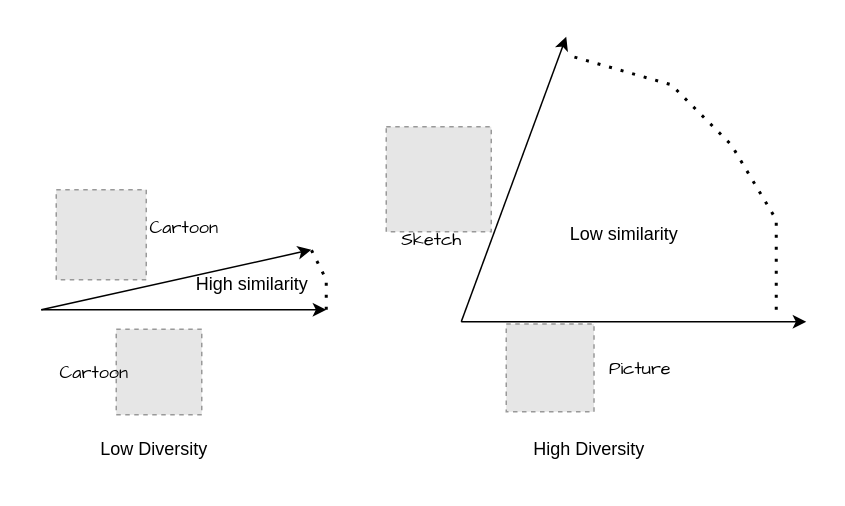
Above: domaingen.drawio in lakpa-tamang9/domaingen (draw.io), before the change. Source tidied: cells renumbered, new cells numbered last; positions are measured from the earlier drawing's top-left corner, leaving out a move shared by most shapes. Both pictures are drawn from the tidied source at 150%, with x=0, y=0 at pixel (40, 36). Pictures stored in the file or linked from it are replaced by grey dashed boxes.
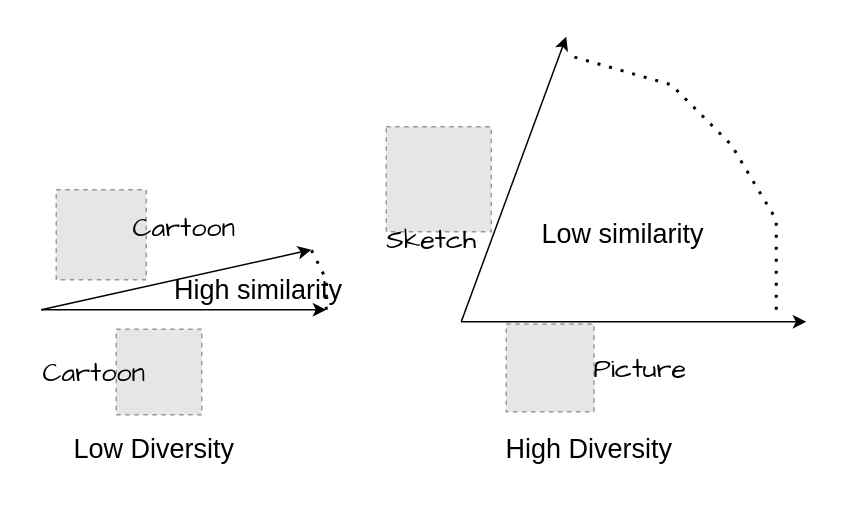
After the change.

Diff of the diagram source:
```diff
@@
-    <mxCell id="2" style="fillColor=#E6E6E6;strokeColor=#999999;dashed=1;verticalLabelPosition=bottom;labelBackgroundColor=default;verticalAlign=top;" parent="1" vertex="1">
+    <mxCell id="2" style="fillColor=#E6E6E6;strokeColor=#999999;dashed=1;verticalLabelPosition=bottom;labelBackgroundColor=default;verticalAlign=top;fontSize=18;" parent="1" vertex="1">
       <mxGeometry x="310" y="191.5" width="58.5" height="58.5" as="geometry" />
     </mxCell>
-    <mxCell id="3" style="fillColor=#E6E6E6;strokeColor=#999999;dashed=1;verticalLabelPosition=bottom;labelBackgroundColor=default;verticalAlign=top;" parent="1" vertex="1">
+    <mxCell id="3" style="fillColor=#E6E6E6;strokeColor=#999999;dashed=1;verticalLabelPosition=bottom;labelBackgroundColor=default;verticalAlign=top;fontSize=18;" parent="1" vertex="1">
       <mxGeometry x="230" y="60" width="70" height="70" as="geometry" />
     </mxCell>
-    <mxCell id="4" style="endArrow=classic;html=1;rounded=0;" parent="1" edge="1">
+    <mxCell id="4" style="endArrow=classic;html=1;rounded=0;fontSize=18;" parent="1" edge="1">
       <mxGeometry relative="1" as="geometry">
         <mxPoint x="280" y="190" as="sourcePoint" />
         <mxPoint x="350" as="targetPoint" />
       </mxGeometry>
     </mxCell>
-    <mxCell id="5" style="endArrow=classic;html=1;rounded=0;" parent="1" edge="1">
+    <mxCell id="5" style="endArrow=classic;html=1;rounded=0;fontSize=18;" parent="1" edge="1">
       <mxGeometry relative="1" as="geometry">
         <mxPoint x="280" y="190" as="sourcePoint" />
         <mxPoint x="510" y="190" as="targetPoint" />
       </mxGeometry>
     </mxCell>
-    <mxCell id="6" style="fillColor=#E6E6E6;strokeColor=#999999;dashed=1;verticalLabelPosition=bottom;labelBackgroundColor=default;verticalAlign=top;" parent="1" vertex="1">
+    <mxCell id="6" style="fillColor=#E6E6E6;strokeColor=#999999;dashed=1;verticalLabelPosition=bottom;labelBackgroundColor=default;verticalAlign=top;fontSize=18;" parent="1" vertex="1">
       <mxGeometry x="10" y="102" width="60" height="60" as="geometry" />
     </mxCell>
-    <mxCell id="7" style="fillColor=#E6E6E6;strokeColor=#999999;dashed=1;verticalLabelPosition=bottom;labelBackgroundColor=default;verticalAlign=top;" parent="1" vertex="1">
+    <mxCell id="7" style="fillColor=#E6E6E6;strokeColor=#999999;dashed=1;verticalLabelPosition=bottom;labelBackgroundColor=default;verticalAlign=top;fontSize=18;" parent="1" vertex="1">
       <mxGeometry x="50" y="195" width="57" height="57" as="geometry" />
     </mxCell>
-    <mxCell id="8" style="endArrow=classic;html=1;rounded=0;" parent="1" edge="1">
+    <mxCell id="8" style="endArrow=classic;html=1;rounded=0;fontSize=18;" parent="1" edge="1">
       <mxGeometry relative="1" as="geometry">
         <mxPoint y="182" as="sourcePoint" />
         <mxPoint x="180" y="142" as="targetPoint" />
       </mxGeometry>
     </mxCell>
-    <mxCell id="9" style="endArrow=classic;html=1;rounded=0;" parent="1" edge="1">
+    <mxCell id="9" style="endArrow=classic;html=1;rounded=0;fontSize=18;" parent="1" edge="1">
       <mxGeometry relative="1" as="geometry">
         <mxPoint y="182" as="sourcePoint" />
         <mxPoint x="190" y="182" as="targetPoint" />
       </mxGeometry>
     </mxCell>
-    <mxCell id="10" value="&lt;font face=&quot;Comic Sans MS&quot;&gt;Cartoon&lt;/font&gt;" style="text;html=1;align=center;verticalAlign=middle;strokeColor=none;fillColor=none;" parent="1" vertex="1">
-      <mxGeometry x="60" y="112" width="70" height="30" as="geometry" />
+    <mxCell id="10" value="&lt;font face=&quot;Comic Sans MS&quot;&gt;Cartoon&lt;/font&gt;" style="text;html=1;align=center;verticalAlign=middle;strokeColor=none;fillColor=none;fontSize=18;" parent="1" vertex="1">
+      <mxGeometry x="50" y="107" width="90" height="40" as="geometry" />
     </mxCell>
-    <mxCell id="11" value="&lt;font face=&quot;Comic Sans MS&quot;&gt;Cartoon&lt;/font&gt;" style="text;html=1;align=center;verticalAlign=middle;strokeColor=none;fillColor=none;" parent="1" vertex="1">
-      <mxGeometry y="208.5" width="70" height="30" as="geometry" />
+    <mxCell id="11" value="&lt;font face=&quot;Comic Sans MS&quot;&gt;Cartoon&lt;/font&gt;" style="text;html=1;align=center;verticalAlign=middle;strokeColor=none;fillColor=none;fontSize=18;" parent="1" vertex="1">
+      <mxGeometry x="-10" y="203.5" width="90" height="40" as="geometry" />
     </mxCell>
-    <mxCell id="12" value="&lt;font face=&quot;Comic Sans MS&quot;&gt;Sketch&lt;/font&gt;" style="text;html=1;align=center;verticalAlign=middle;strokeColor=none;fillColor=none;" parent="1" vertex="1">
-      <mxGeometry x="230" y="120" width="60" height="30" as="geometry" />
+    <mxCell id="12" value="&lt;font face=&quot;Comic Sans MS&quot;&gt;Sketch&lt;/font&gt;" style="text;html=1;align=center;verticalAlign=middle;strokeColor=none;fillColor=none;fontSize=18;" parent="1" vertex="1">
+      <mxGeometry x="220" y="115" width="80" height="40" as="geometry" />
     </mxCell>
-    <mxCell id="13" value="&lt;font face=&quot;Comic Sans MS&quot;&gt;Picture&lt;/font&gt;" style="text;html=1;align=center;verticalAlign=middle;strokeColor=none;fillColor=none;" parent="1" vertex="1">
-      <mxGeometry x="368.5" y="205.8" width="60" height="30" as="geometry" />
+    <mxCell id="13" value="&lt;font face=&quot;Comic Sans MS&quot;&gt;Picture&lt;/font&gt;" style="text;html=1;align=center;verticalAlign=middle;strokeColor=none;fillColor=none;fontSize=18;" parent="1" vertex="1">
+      <mxGeometry x="358.5" y="200.8" width="80" height="40" as="geometry" />
     </mxCell>
-    <mxCell id="14" value="Low Diversity" style="text;html=1;align=center;verticalAlign=middle;strokeColor=none;fillColor=none;" parent="1" vertex="1">
-      <mxGeometry x="30" y="260" width="90" height="30" as="geometry" />
+    <mxCell id="14" value="Low Diversity" style="text;html=1;align=center;verticalAlign=middle;strokeColor=none;fillColor=none;fontSize=18;" parent="1" vertex="1">
+      <mxGeometry x="10" y="255" width="130" height="40" as="geometry" />
     </mxCell>
-    <mxCell id="15" value="High Diversity" style="text;html=1;align=center;verticalAlign=middle;strokeColor=none;fillColor=none;" parent="1" vertex="1">
-      <mxGeometry x="315" y="260" width="100" height="30" as="geometry" />
+    <mxCell id="15" value="High Diversity" style="text;html=1;align=center;verticalAlign=middle;strokeColor=none;fillColor=none;fontSize=18;" parent="1" vertex="1">
+      <mxGeometry x="300" y="255" width="130" height="40" as="geometry" />
     </mxCell>
-    <mxCell id="16" style="endArrow=none;dashed=1;html=1;dashPattern=1 3;strokeWidth=2;rounded=0;" parent="1" edge="1">
+    <mxCell id="16" style="endArrow=none;dashed=1;html=1;dashPattern=1 3;strokeWidth=2;rounded=0;fontSize=18;" parent="1" edge="1">
       <mxGeometry relative="1" as="geometry">
         <mxPoint x="490" y="182" as="sourcePoint" />
         <mxPoint x="350" y="12" as="targetPoint" />
         <Array as="points">
           <mxPoint x="490" y="122" />
           <mxPoint x="460" y="72" />
           <mxPoint x="420" y="32" />
         </Array>
       </mxGeometry>
     </mxCell>
-    <mxCell id="17" style="endArrow=none;dashed=1;html=1;dashPattern=1 3;strokeWidth=2;rounded=0;" parent="1" edge="1">
+    <mxCell id="17" style="endArrow=none;dashed=1;html=1;dashPattern=1 3;strokeWidth=2;rounded=0;fontSize=18;" parent="1" edge="1">
       <mxGeometry relative="1" as="geometry">
         <mxPoint x="190" y="182" as="sourcePoint" />
         <mxPoint x="180" y="142" as="targetPoint" />
         <Array as="points">
           <mxPoint x="190" y="162" />
         </Array>
       </mxGeometry>
     </mxCell>
-    <mxCell id="18" value="High similarity&amp;nbsp;" style="text;html=1;align=center;verticalAlign=middle;strokeColor=none;fillColor=none;" parent="1" vertex="1">
-      <mxGeometry x="92" y="150" width="100" height="30" as="geometry" />
+    <mxCell id="18" value="High similarity&amp;nbsp;" style="text;html=1;align=center;verticalAlign=middle;strokeColor=none;fillColor=none;fontSize=18;" parent="1" vertex="1">
+      <mxGeometry x="77" y="149" width="140" height="40" as="geometry" />
     </mxCell>
-    <mxCell id="19" value="Low similarity&amp;nbsp;" style="text;html=1;align=center;verticalAlign=middle;strokeColor=none;fillColor=none;" parent="1" vertex="1">
-      <mxGeometry x="340" y="117" width="100" height="30" as="geometry" />
+    <mxCell id="19" value="Low similarity&amp;nbsp;" style="text;html=1;align=center;verticalAlign=middle;strokeColor=none;fillColor=none;fontSize=18;" parent="1" vertex="1">
+      <mxGeometry x="320" y="112" width="140" height="40" as="geometry" />
     </mxCell>
```
